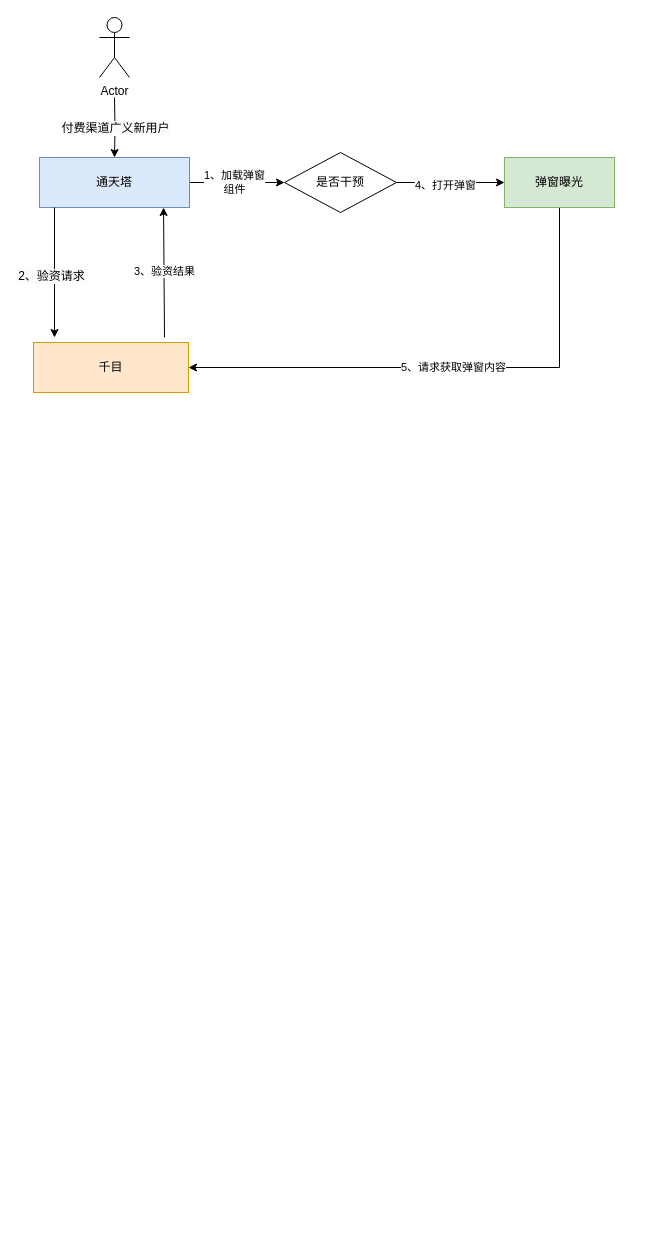
Before: 通天塔挽留弹窗组件系统交互.drawio in BlankKelly/diagrams, a draw.io diagram. Source tidied: cells renumbered, new cells numbered last; positions are measured from the earlier drawing's top-left corner, leaving out a move shared by most shapes. Both pictures are drawn from the tidied source at 100%, with x=0, y=0 at pixel (33, 17).
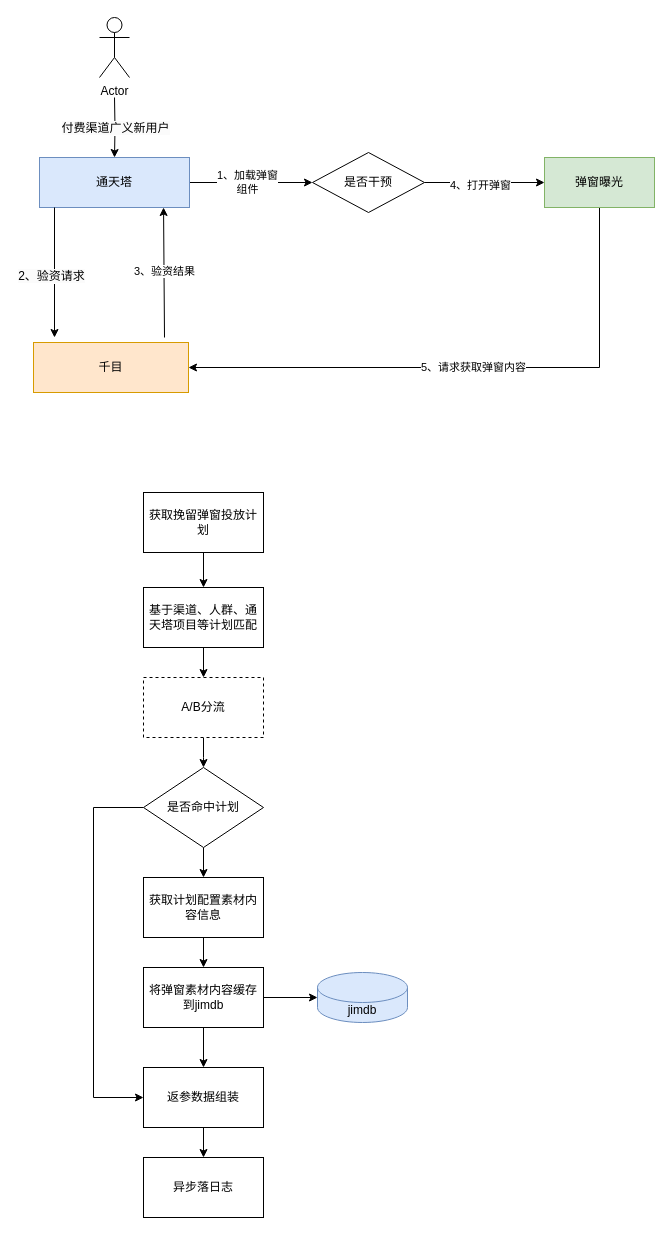
The same page after the edit.

Commit message (it also covers changes not shown here):
更新通天塔挽留弹窗组件系统交互.drawio

The change refers to these unchanged cells:
```xml
<mxCell id="7" value="千目" style="rounded=0;whiteSpace=wrap;html=1;fillColor=#ffe6cc;strokeColor=#d79b00;" parent="1" vertex="1">
  <mxGeometry y="325" width="155" height="50" as="geometry" />
</mxCell>
```

Change to the diagram source:
```diff
@@
     <mxCell id="11" value="是否干预" style="rhombus;whiteSpace=wrap;html=1;" parent="1" vertex="1">
-      <mxGeometry x="251" y="135" width="112" height="60" as="geometry" />
+      <mxGeometry x="279" y="135" width="112" height="60" as="geometry" />
     </mxCell>
     <mxCell id="12" value="5、请求获取弹窗内容" style="edgeStyle=orthogonalEdgeStyle;rounded=0;jettySize=auto;html=1;entryX=1;entryY=0.5;entryDx=0;entryDy=0;exitX=0.5;exitY=1;exitDx=0;exitDy=0;" parent="1" edge="1" source="13" target="7">
       <mxGeometry relative="1" as="geometry">
         <Array as="points">
-          <mxPoint x="526" y="350" />
+          <mxPoint x="566" y="350" />
         </Array>
       </mxGeometry>
     </mxCell>
     <mxCell id="13" value="弹窗曝光" style="rounded=0;whiteSpace=wrap;html=1;fillColor=#d5e8d4;strokeColor=#82b366;" parent="1" vertex="1">
-      <mxGeometry x="471" y="140" width="110" height="50" as="geometry" />
+      <mxGeometry x="511" y="140" width="110" height="50" as="geometry" />
     </mxCell>
@@
+    <mxCell id="18" style="edgeStyle=orthogonalEdgeStyle;rounded=0;jettySize=auto;html=1;" parent="1" edge="1" source="19" target="21">
+      <mxGeometry relative="1" as="geometry" />
+    </mxCell>
+    <mxCell id="19" value="获取挽留弹窗投放计划" style="rounded=0;whiteSpace=wrap;html=1;" parent="1" vertex="1">
+      <mxGeometry x="110" y="475" width="120" height="60" as="geometry" />
+    </mxCell>
+    <mxCell id="20" style="edgeStyle=orthogonalEdgeStyle;rounded=0;jettySize=auto;html=1;" parent="1" edge="1" source="21" target="23">
+      <mxGeometry relative="1" as="geometry" />
+    </mxCell>
+    <mxCell id="21" value="基于渠道、人群、通天塔项目等计划匹配" style="rounded=0;whiteSpace=wrap;html=1;" parent="1" vertex="1">
+      <mxGeometry x="110" y="570" width="120" height="60" as="geometry" />
+    </mxCell>
+    <mxCell id="22" style="edgeStyle=orthogonalEdgeStyle;rounded=0;jettySize=auto;html=1;" parent="1" edge="1" source="23">
+      <mxGeometry relative="1" as="geometry">
+        <mxPoint x="170" y="750" as="targetPoint" />
+      </mxGeometry>
+    </mxCell>
+    <mxCell id="23" value="A/B分流" style="rounded=0;whiteSpace=wrap;html=1;dashed=1;" parent="1" vertex="1">
+      <mxGeometry x="110" y="660" width="120" height="60" as="geometry" />
+    </mxCell>
+    <mxCell id="24" style="edgeStyle=orthogonalEdgeStyle;rounded=0;jettySize=auto;html=1;" parent="1" edge="1" source="26" target="28">
+      <mxGeometry relative="1" as="geometry" />
+    </mxCell>
+    <mxCell id="25" style="edgeStyle=orthogonalEdgeStyle;rounded=0;jettySize=auto;html=1;entryX=0;entryY=0.5;entryDx=0;entryDy=0;" parent="1" edge="1" source="26" target="33">
+      <mxGeometry relative="1" as="geometry">
+        <Array as="points">
+          <mxPoint x="60" y="790" />
+          <mxPoint x="60" y="1080" />
+        </Array>
+      </mxGeometry>
+    </mxCell>
+    <mxCell id="26" value="是否命中计划" style="rhombus;whiteSpace=wrap;html=1;" parent="1" vertex="1">
+      <mxGeometry x="110" y="750" width="120" height="80" as="geometry" />
+    </mxCell>
+    <mxCell id="27" style="edgeStyle=orthogonalEdgeStyle;rounded=0;jettySize=auto;html=1;" parent="1" edge="1" source="28" target="31">
+      <mxGeometry relative="1" as="geometry" />
+    </mxCell>
+    <mxCell id="28" value="获取计划配置素材内容信息" style="rounded=0;whiteSpace=wrap;html=1;" parent="1" vertex="1">
+      <mxGeometry x="110" y="860" width="120" height="60" as="geometry" />
+    </mxCell>
+    <mxCell id="29" style="edgeStyle=orthogonalEdgeStyle;rounded=0;jettySize=auto;html=1;" parent="1" edge="1" source="31" target="33">
+      <mxGeometry relative="1" as="geometry" />
+    </mxCell>
+    <mxCell id="30" style="edgeStyle=orthogonalEdgeStyle;rounded=0;jettySize=auto;html=1;" parent="1" edge="1" source="31" target="35">
+      <mxGeometry relative="1" as="geometry" />
+    </mxCell>
+    <mxCell id="31" value="将弹窗素材内容缓存到jimdb" style="rounded=0;whiteSpace=wrap;html=1;" parent="1" vertex="1">
+      <mxGeometry x="110" y="950" width="120" height="60" as="geometry" />
+    </mxCell>
+    <mxCell id="32" style="edgeStyle=orthogonalEdgeStyle;rounded=0;jettySize=auto;html=1;" parent="1" edge="1" source="33" target="34">
+      <mxGeometry relative="1" as="geometry" />
+    </mxCell>
+    <mxCell id="33" value="返参数据组装" style="rounded=0;whiteSpace=wrap;html=1;" parent="1" vertex="1">
+      <mxGeometry x="110" y="1050" width="120" height="60" as="geometry" />
+    </mxCell>
+    <mxCell id="34" value="异步落日志" style="rounded=0;whiteSpace=wrap;html=1;" parent="1" vertex="1">
+      <mxGeometry x="110" y="1140" width="120" height="60" as="geometry" />
+    </mxCell>
+    <mxCell id="35" value="jimdb" style="shape=cylinder3;whiteSpace=wrap;html=1;boundedLbl=1;backgroundOutline=1;size=15;fillColor=#dae8fc;strokeColor=#6c8ebf;" parent="1" vertex="1">
+      <mxGeometry x="284" y="955" width="90" height="50" as="geometry" />
+    </mxCell>
```
